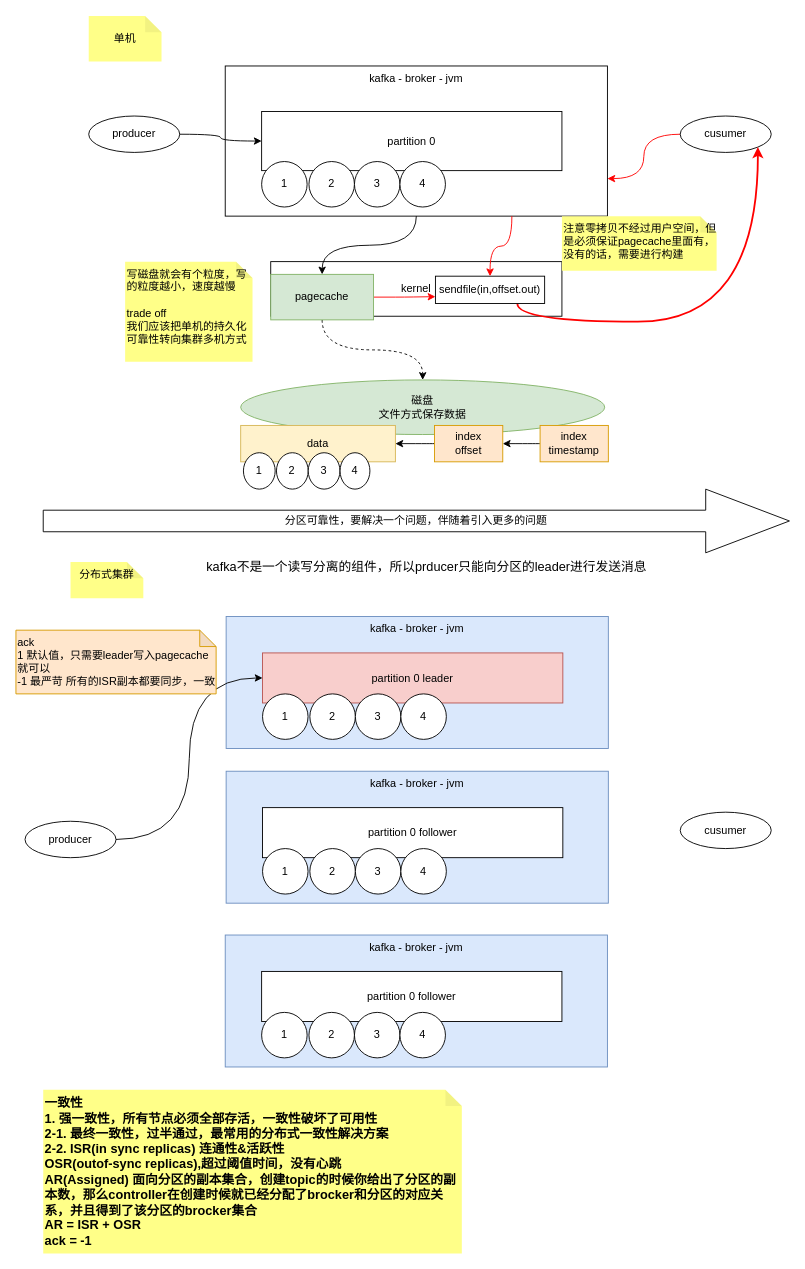
Before: draw/kafka/kafka架构维度.drawio in BxcGit/draw, a draw.io diagram. Source tidied: cells renumbered, new cells numbered last; positions are measured from the earlier drawing's top-left corner, leaving out a move shared by most shapes. Both pictures are drawn from the tidied source at 91%, with x=0, y=0 at pixel (15, 15).
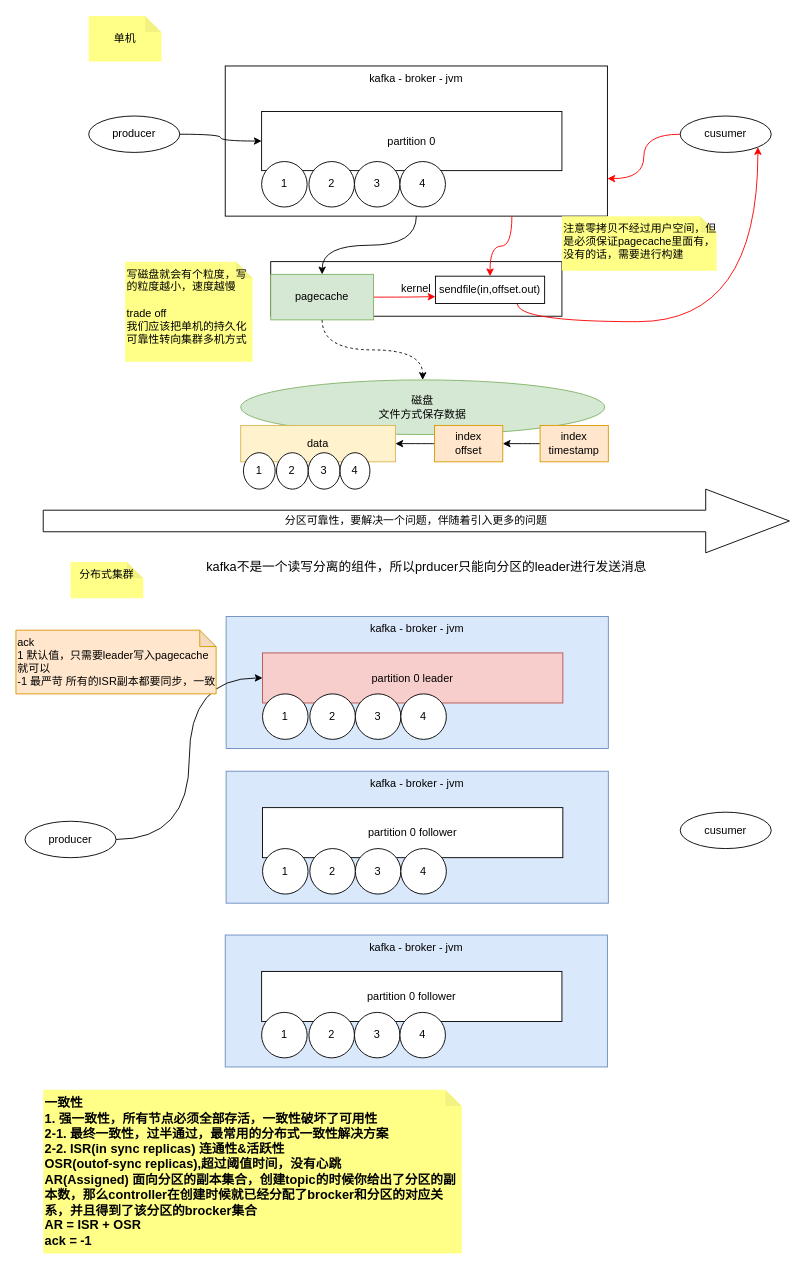
Above is the later version.

Commit message (it also covers changes not shown here):
更新kafka架构维度.drawio

Unchanged cells that the change refers to:
```xml
<mxCell id="7" value="cusumer" style="ellipse;whiteSpace=wrap;html=1;" parent="1" vertex="1">
  <mxGeometry x="730" y="110" width="100" height="40" as="geometry" />
</mxCell>
<mxCell id="31" value="sendfile(in,offset.out)" style="rounded=0;whiteSpace=wrap;html=1;" parent="1" vertex="1">
  <mxGeometry x="461" y="286" width="120" height="30" as="geometry" />
</mxCell>
```

Diff of the diagram source:
```diff
@@
-    <mxCell id="30" style="edgeStyle=orthogonalEdgeStyle;curved=1;rounded=0;jettySize=auto;html=1;entryX=1;entryY=1;entryDx=0;entryDy=0;exitX=0.75;exitY=1;exitDx=0;exitDy=0;strokeColor=#FF0000;strokeWidth=2;" parent="1" edge="1" source="31" target="7">
+    <mxCell id="30" style="edgeStyle=orthogonalEdgeStyle;curved=1;rounded=0;jettySize=auto;html=1;entryX=1;entryY=1;entryDx=0;entryDy=0;exitX=0.75;exitY=1;exitDx=0;exitDy=0;strokeColor=#FF0000;strokeWidth=1;" parent="1" edge="1" source="31" target="7">
       <mxGeometry relative="1" as="geometry" />
     </mxCell>
```
